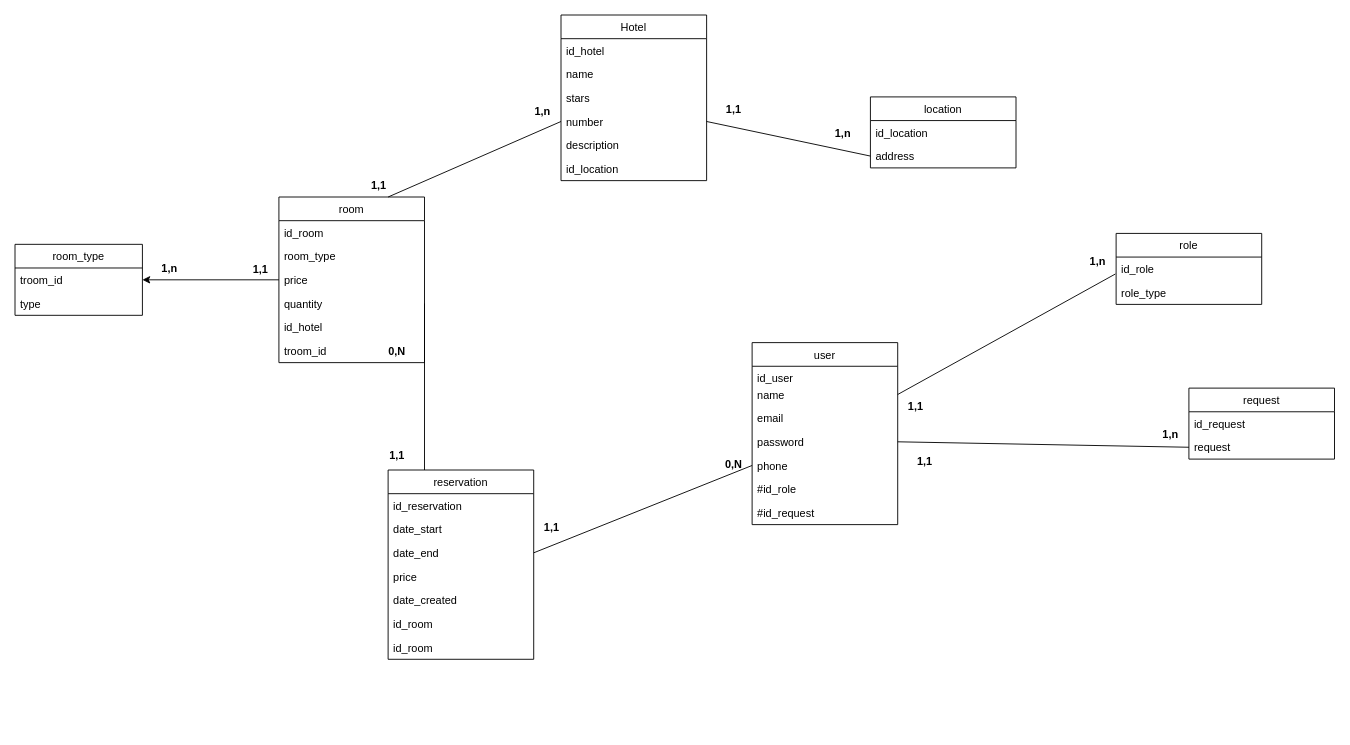
Before: diagrames/mld.drawio in AmeksaKhadija/YouBooking, a draw.io diagram. Source tidied: cells renumbered, new cells numbered last; positions are measured from the earlier drawing's top-left corner, leaving out a move shared by most shapes. Both pictures are drawn from the tidied source at 91%, with x=0, y=0 at pixel (15, 15).
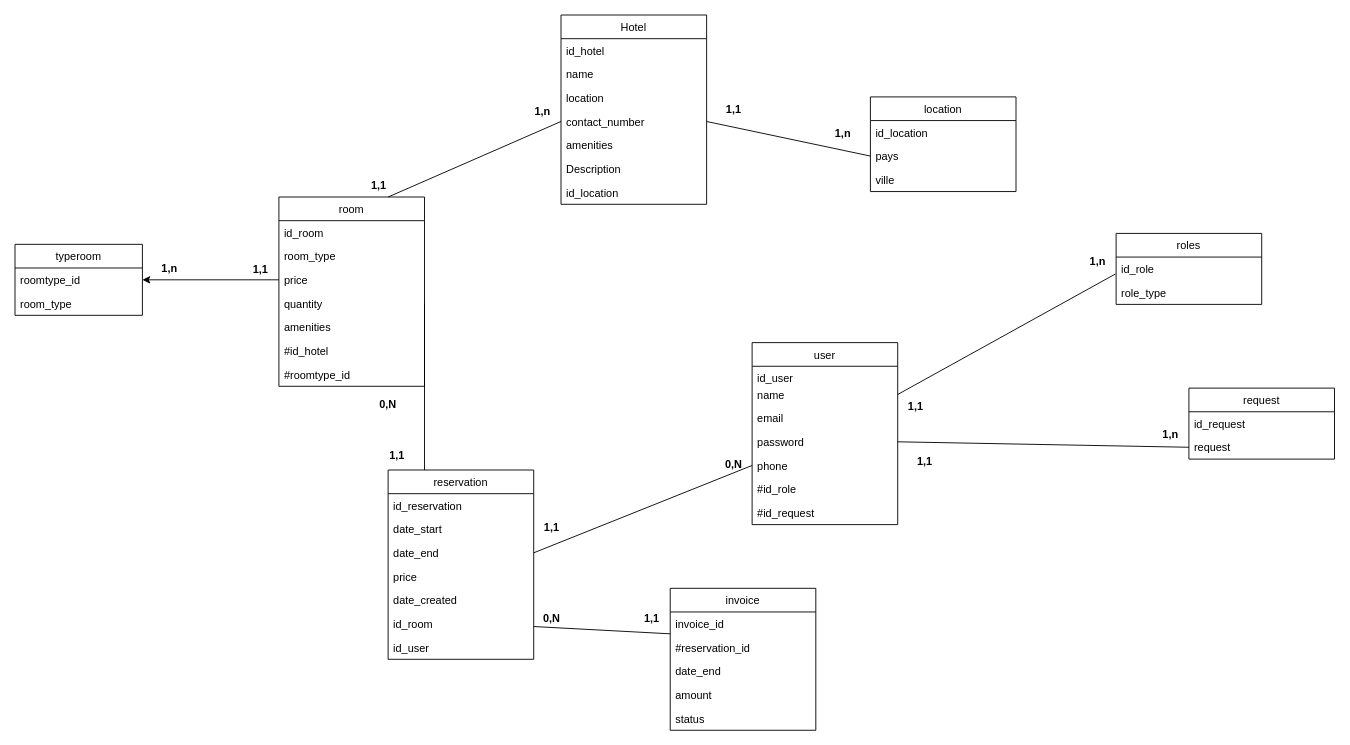
Above is the later version.

Unchanged cells that the change refers to:
```xml
<mxCell id="34" value="reservation" style="swimlane;fontStyle=0;horizontal=1;startSize=26;fillColor=none;" parent="1" vertex="1">
  <mxGeometry x="410" y="500" width="160" height="208" as="geometry" />
</mxCell>
```

What changed in the source:
```diff
@@
     <mxCell id="2" value="room" style="swimlane;fontStyle=0;horizontal=1;startSize=26;fillColor=none;" parent="1" vertex="1">
-      <mxGeometry x="290" y="200" width="160" height="182" as="geometry" />
+      <mxGeometry x="290" y="200" width="160" height="208" as="geometry" />
     </mxCell>
@@
+    <mxCell id="65" value="amenities" style="text;strokeColor=none;fillColor=none;align=left;verticalAlign=top;spacingLeft=4;spacingRight=4;overflow=hidden;" parent="2" vertex="1">
+      <mxGeometry y="130" width="160" height="26" as="geometry" />
+    </mxCell>
-    <mxCell id="7" value="id_hotel" style="text;strokeColor=none;fillColor=none;align=left;verticalAlign=top;spacingLeft=4;spacingRight=4;overflow=hidden;" parent="2" vertex="1">
-      <mxGeometry y="130" width="160" height="26" as="geometry" />
+    <mxCell id="7" value="#id_hotel" style="text;strokeColor=none;fillColor=none;align=left;verticalAlign=top;spacingLeft=4;spacingRight=4;overflow=hidden;" parent="2" vertex="1">
+      <mxGeometry y="156" width="160" height="26" as="geometry" />
     </mxCell>
-    <mxCell id="8" value="troom_id" style="text;strokeColor=none;fillColor=none;align=left;verticalAlign=top;spacingLeft=4;spacingRight=4;overflow=hidden;" parent="2" vertex="1">
-      <mxGeometry y="156" width="160" height="26" as="geometry" />
+    <mxCell id="8" value="#roomtype_id" style="text;strokeColor=none;fillColor=none;align=left;verticalAlign=top;spacingLeft=4;spacingRight=4;overflow=hidden;" parent="2" vertex="1">
+      <mxGeometry y="182" width="160" height="26" as="geometry" />
     </mxCell>
     <mxCell id="9" value="Hotel" style="swimlane;fontStyle=0;horizontal=1;startSize=26;fillColor=none;" parent="1" vertex="1">
-      <mxGeometry x="600" width="160" height="182" as="geometry" />
+      <mxGeometry x="600" width="160" height="208" as="geometry" />
     </mxCell>
@@
-    <mxCell id="12" value="stars" style="text;strokeColor=none;fillColor=none;align=left;verticalAlign=top;spacingLeft=4;spacingRight=4;overflow=hidden;" parent="9" vertex="1">
+    <mxCell id="12" value="location" style="text;strokeColor=none;fillColor=none;align=left;verticalAlign=top;spacingLeft=4;spacingRight=4;overflow=hidden;" parent="9" vertex="1">
       <mxGeometry y="78" width="160" height="26" as="geometry" />
     </mxCell>
-    <mxCell id="13" value="number" style="text;strokeColor=none;fillColor=none;align=left;verticalAlign=top;spacingLeft=4;spacingRight=4;overflow=hidden;points=[[0,0.5],[1,0.5]];portConstraint=eastwest;" parent="9" vertex="1">
+    <mxCell id="13" value="contact_number" style="text;strokeColor=none;fillColor=none;align=left;verticalAlign=top;spacingLeft=4;spacingRight=4;overflow=hidden;points=[[0,0.5],[1,0.5]];portConstraint=eastwest;" parent="9" vertex="1">
       <mxGeometry y="104" width="160" height="26" as="geometry" />
     </mxCell>
-    <mxCell id="14" value="description" style="text;strokeColor=none;fillColor=none;align=left;verticalAlign=top;spacingLeft=4;spacingRight=4;overflow=hidden;" parent="9" vertex="1">
+    <mxCell id="14" value="amenities" style="text;strokeColor=none;fillColor=none;align=left;verticalAlign=top;spacingLeft=4;spacingRight=4;overflow=hidden;" parent="9" vertex="1">
       <mxGeometry y="130" width="160" height="26" as="geometry" />
     </mxCell>
+    <mxCell id="66" value="Description" style="text;strokeColor=none;fillColor=none;align=left;verticalAlign=top;spacingLeft=4;spacingRight=4;overflow=hidden;" parent="9" vertex="1">
+      <mxGeometry y="156" width="160" height="26" as="geometry" />
+    </mxCell>
     <mxCell id="15" value="id_location" style="text;strokeColor=none;fillColor=none;align=left;verticalAlign=top;spacingLeft=4;spacingRight=4;overflow=hidden;" parent="9" vertex="1">
-      <mxGeometry y="156" width="160" height="26" as="geometry" />
+      <mxGeometry y="182" width="160" height="26" as="geometry" />
     </mxCell>
@@
-    <mxCell id="24" value="role" style="swimlane;fontStyle=0;horizontal=1;startSize=26;fillColor=none;" parent="1" vertex="1">
+    <mxCell id="24" value="roles" style="swimlane;fontStyle=0;horizontal=1;startSize=26;fillColor=none;" parent="1" vertex="1">
       <mxGeometry x="1210" y="240" width="160" height="78" as="geometry" />
     </mxCell>
@@
     <mxCell id="30" value="location" style="swimlane;fontStyle=0;horizontal=1;startSize=26;fillColor=none;" parent="1" vertex="1">
-      <mxGeometry x="940" y="90" width="160" height="78" as="geometry" />
+      <mxGeometry x="940" y="90" width="160" height="104" as="geometry" />
     </mxCell>
@@
-    <mxCell id="32" value="address&#10;" style="text;strokeColor=none;fillColor=none;align=left;verticalAlign=top;spacingLeft=4;spacingRight=4;overflow=hidden;points=[[0,0.5],[1,0.5]];portConstraint=eastwest;" parent="30" vertex="1">
+    <mxCell id="32" value="pays" style="text;strokeColor=none;fillColor=none;align=left;verticalAlign=top;spacingLeft=4;spacingRight=4;overflow=hidden;points=[[0,0.5],[1,0.5]];portConstraint=eastwest;" parent="30" vertex="1">
       <mxGeometry y="52" width="160" height="26" as="geometry" />
     </mxCell>
+    <mxCell id="67" value="ville" style="text;strokeColor=none;fillColor=none;align=left;verticalAlign=top;spacingLeft=4;spacingRight=4;overflow=hidden;" parent="30" vertex="1">
+      <mxGeometry y="78" width="160" height="26" as="geometry" />
+    </mxCell>
@@
-    <mxCell id="41" value="id_room" style="text;strokeColor=none;fillColor=none;align=left;verticalAlign=top;spacingLeft=4;spacingRight=4;overflow=hidden;" parent="34" vertex="1">
+    <mxCell id="41" value="id_user" style="text;strokeColor=none;fillColor=none;align=left;verticalAlign=top;spacingLeft=4;spacingRight=4;overflow=hidden;" parent="34" vertex="1">
       <mxGeometry y="182" width="160" height="26" as="geometry" />
     </mxCell>
@@
     <mxCell id="49" value="0,N" style="text;align=center;fontStyle=1;verticalAlign=middle;spacingLeft=3;spacingRight=3;strokeColor=none;" parent="1" vertex="1">
-      <mxGeometry x="380" y="356" width="80" height="26" as="geometry" />
+      <mxGeometry x="370" y="414" width="80" height="26" as="geometry" />
     </mxCell>
@@
-    <mxCell id="60" value="room_type" style="swimlane;fontStyle=0;horizontal=1;startSize=26;fillColor=none;" parent="1" vertex="1">
+    <mxCell id="60" value="typeroom" style="swimlane;fontStyle=0;horizontal=1;startSize=26;fillColor=none;" parent="1" vertex="1">
       <mxGeometry y="252" width="140" height="78" as="geometry" />
     </mxCell>
-    <mxCell id="61" value="troom_id" style="text;strokeColor=none;fillColor=none;align=left;verticalAlign=top;spacingLeft=4;spacingRight=4;overflow=hidden;" parent="60" vertex="1">
+    <mxCell id="61" value="roomtype_id" style="text;strokeColor=none;fillColor=none;align=left;verticalAlign=top;spacingLeft=4;spacingRight=4;overflow=hidden;" parent="60" vertex="1">
       <mxGeometry y="26" width="140" height="26" as="geometry" />
     </mxCell>
-    <mxCell id="62" value="type" style="text;strokeColor=none;fillColor=none;align=left;verticalAlign=top;spacingLeft=4;spacingRight=4;overflow=hidden;" parent="60" vertex="1">
+    <mxCell id="62" value="room_type" style="text;strokeColor=none;fillColor=none;align=left;verticalAlign=top;spacingLeft=4;spacingRight=4;overflow=hidden;" parent="60" vertex="1">
       <mxGeometry y="52" width="140" height="26" as="geometry" />
     </mxCell>
@@
+    <mxCell id="68" style="edgeStyle=none;html=1;entryX=1;entryY=0.5;entryDx=0;entryDy=0;endArrow=none;endFill=0;" parent="1" edge="1">
+      <mxGeometry relative="1" as="geometry">
+        <mxPoint x="720" y="680" as="sourcePoint" />
+        <mxPoint x="570" y="672" as="targetPoint" />
+      </mxGeometry>
+    </mxCell>
+    <mxCell id="69" value="invoice" style="swimlane;fontStyle=0;horizontal=1;startSize=26;fillColor=none;" parent="1" vertex="1">
+      <mxGeometry x="720" y="630" width="160" height="156" as="geometry" />
+    </mxCell>
+    <mxCell id="70" value="invoice_id" style="text;strokeColor=none;fillColor=none;align=left;verticalAlign=top;spacingLeft=4;spacingRight=4;overflow=hidden;" parent="69" vertex="1">
+      <mxGeometry y="26" width="160" height="26" as="geometry" />
+    </mxCell>
+    <mxCell id="71" value="#reservation_id" style="text;strokeColor=none;fillColor=none;align=left;verticalAlign=top;spacingLeft=4;spacingRight=4;overflow=hidden;" parent="69" vertex="1">
+      <mxGeometry y="52" width="160" height="26" as="geometry" />
+    </mxCell>
+    <mxCell id="72" value="date_end" style="text;strokeColor=none;fillColor=none;align=left;verticalAlign=top;spacingLeft=4;spacingRight=4;overflow=hidden;" parent="69" vertex="1">
+      <mxGeometry y="78" width="160" height="26" as="geometry" />
+    </mxCell>
+    <mxCell id="73" value="amount" style="text;strokeColor=none;fillColor=none;align=left;verticalAlign=top;spacingLeft=4;spacingRight=4;overflow=hidden;" parent="69" vertex="1">
+      <mxGeometry y="104" width="160" height="26" as="geometry" />
+    </mxCell>
+    <mxCell id="74" value="status" style="text;strokeColor=none;fillColor=none;align=left;verticalAlign=top;spacingLeft=4;spacingRight=4;overflow=hidden;" parent="69" vertex="1">
+      <mxGeometry y="130" width="160" height="26" as="geometry" />
+    </mxCell>
+    <mxCell id="75" value="0,N" style="text;align=center;fontStyle=1;verticalAlign=middle;spacingLeft=3;spacingRight=3;strokeColor=none;" parent="1" vertex="1">
+      <mxGeometry x="550" y="650" width="80" height="26" as="geometry" />
+    </mxCell>
+    <mxCell id="76" value="1,1" style="text;align=center;fontStyle=1;verticalAlign=middle;spacingLeft=3;spacingRight=3;strokeColor=none;" parent="1" vertex="1">
+      <mxGeometry x="660" y="650" width="80" height="26" as="geometry" />
+    </mxCell>
```
